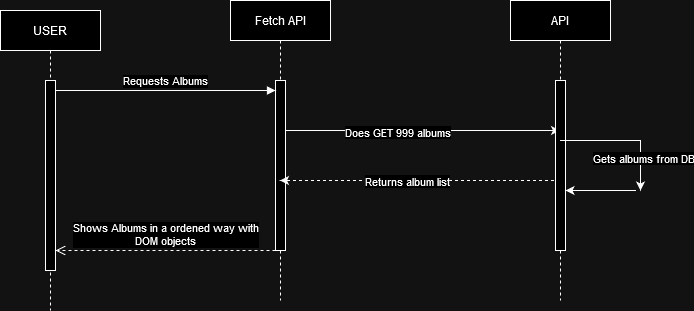
Above: Documentation/UMLDiagramGET.png in LyonBerends/web-basics (draw.io), before the change. Source tidied: cells renumbered, new cells last; positions are measured from the earlier drawing's top-left corner, leaving out a move shared by most shapes. Its diagram source:
```xml
<mxGraphModel>
  <root>
    <mxCell id="0" />
    <mxCell id="1" parent="0" />
    <mxCell id="2" value="USER" style="shape=umlLifeline;perimeter=lifelinePerimeter;whiteSpace=wrap;html=1;newEdgeStyle={&quot;edgeStyle&quot;:&quot;elbowEdgeStyle&quot;,&quot;elbow&quot;:&quot;vertical&quot;,&quot;curved&quot;:0,&quot;rounded&quot;:0};" parent="1" vertex="1">
      <mxGeometry y="10" width="100" height="300" as="geometry" />
    </mxCell>
    <mxCell id="3" style="html=1;points=[];perimeter=orthogonalPerimeter;outlineConnect=0;targetShapes=umlLifeline;portConstraint=eastwest;newEdgeStyle={&quot;edgeStyle&quot;:&quot;elbowEdgeStyle&quot;,&quot;elbow&quot;:&quot;vertical&quot;,&quot;curved&quot;:0,&quot;rounded&quot;:0};" parent="2" vertex="1">
      <mxGeometry x="45" y="70" width="10" height="190" as="geometry" />
    </mxCell>
    <mxCell id="4" value="Fetch API" style="shape=umlLifeline;perimeter=lifelinePerimeter;whiteSpace=wrap;html=1;outlineConnect=0;portConstraint=eastwest;newEdgeStyle={&quot;edgeStyle&quot;:&quot;elbowEdgeStyle&quot;,&quot;elbow&quot;:&quot;vertical&quot;,&quot;curved&quot;:0,&quot;rounded&quot;:0};" parent="1" vertex="1">
      <mxGeometry x="230" width="100" height="300" as="geometry" />
    </mxCell>
    <mxCell id="5" style="html=1;points=[];perimeter=orthogonalPerimeter;outlineConnect=0;targetShapes=umlLifeline;portConstraint=eastwest;newEdgeStyle={&quot;edgeStyle&quot;:&quot;elbowEdgeStyle&quot;,&quot;elbow&quot;:&quot;vertical&quot;,&quot;curved&quot;:0,&quot;rounded&quot;:0};" parent="4" vertex="1">
      <mxGeometry x="45" y="80" width="10" height="170" as="geometry" />
    </mxCell>
    <mxCell id="6" value="Requests Albums" style="html=1;verticalAlign=bottom;endArrow=block;edgeStyle=elbowEdgeStyle;elbow=vertical;curved=0;rounded=0;" parent="1" edge="1" source="3" target="5">
      <mxGeometry relative="1" as="geometry">
        <Array as="points">
          <mxPoint x="130" y="90" />
        </Array>
      </mxGeometry>
    </mxCell>
    <mxCell id="7" value="Shows Albums in a ordened way with &lt;br&gt;DOM objects" style="html=1;verticalAlign=bottom;endArrow=open;dashed=1;endSize=8;edgeStyle=elbowEdgeStyle;elbow=vertical;curved=0;rounded=0;" parent="1" edge="1" source="5" target="3">
      <mxGeometry relative="1" as="geometry">
        <Array as="points">
          <mxPoint x="140" y="250" />
        </Array>
      </mxGeometry>
    </mxCell>
    <mxCell id="8" style="edgeStyle=elbowEdgeStyle;rounded=0;jettySize=auto;html=1;elbow=vertical;curved=0;dashed=1;" parent="1" edge="1" source="12" target="4">
      <mxGeometry relative="1" as="geometry">
        <Array as="points">
          <mxPoint x="440" y="180" />
          <mxPoint x="460" y="165" />
        </Array>
      </mxGeometry>
    </mxCell>
    <mxCell id="9" value="Returns album list" style="edgeLabel;html=1;align=center;verticalAlign=middle;" parent="8" vertex="1">
      <mxGeometry x="0.1" relative="1" as="geometry" />
    </mxCell>
    <mxCell id="10" style="edgeStyle=elbowEdgeStyle;rounded=0;jettySize=auto;html=1;elbow=vertical;curved=0;" parent="1" edge="1" source="5" target="12">
      <mxGeometry relative="1" as="geometry">
        <Array as="points">
          <mxPoint x="440" y="130" />
        </Array>
      </mxGeometry>
    </mxCell>
    <mxCell id="11" value="Does GET 999 albums" style="edgeLabel;html=1;align=center;verticalAlign=middle;" parent="10" vertex="1">
      <mxGeometry x="-0.19" y="-1" relative="1" as="geometry" />
    </mxCell>
    <mxCell id="12" value="API" style="shape=umlLifeline;perimeter=lifelinePerimeter;whiteSpace=wrap;html=1;outlineConnect=0;portConstraint=eastwest;newEdgeStyle={&quot;edgeStyle&quot;:&quot;elbowEdgeStyle&quot;,&quot;elbow&quot;:&quot;vertical&quot;,&quot;curved&quot;:0,&quot;rounded&quot;:0};" parent="1" vertex="1">
      <mxGeometry x="510" width="100" height="300" as="geometry" />
    </mxCell>
    <mxCell id="13" style="html=1;perimeter=orthogonalPerimeter;targetShapes=umlLifeline;newEdgeStyle={&quot;edgeStyle&quot;:&quot;elbowEdgeStyle&quot;,&quot;elbow&quot;:&quot;vertical&quot;,&quot;curved&quot;:0,&quot;rounded&quot;:0};" parent="12" vertex="1">
      <mxGeometry x="45" y="80" width="10" height="170" as="geometry" />
    </mxCell>
    <mxCell id="14" style="edgeStyle=elbowEdgeStyle;rounded=0;orthogonalLoop=1;jettySize=auto;html=1;elbow=vertical;curved=0;" parent="12" edge="1">
      <mxGeometry relative="1" as="geometry">
        <mxPoint x="60.5" y="190" as="sourcePoint" />
        <mxPoint x="55" y="190" as="targetPoint" />
        <Array as="points">
          <mxPoint x="125.5" y="190" />
        </Array>
      </mxGeometry>
    </mxCell>
    <mxCell id="15" style="edgeStyle=elbowEdgeStyle;rounded=0;jettySize=auto;html=1;elbow=vertical;curved=0;" parent="1" edge="1" source="12">
      <mxGeometry relative="1" as="geometry">
        <mxPoint x="640" y="190" as="targetPoint" />
        <Array as="points">
          <mxPoint x="660.5" y="140" />
        </Array>
      </mxGeometry>
    </mxCell>
    <mxCell id="16" value="Gets albums from DB" style="edgeLabel;html=1;align=center;verticalAlign=middle;" parent="15" vertex="1">
      <mxGeometry x="0.49" y="2" relative="1" as="geometry" />
    </mxCell>
  </root>
</mxGraphModel>
```
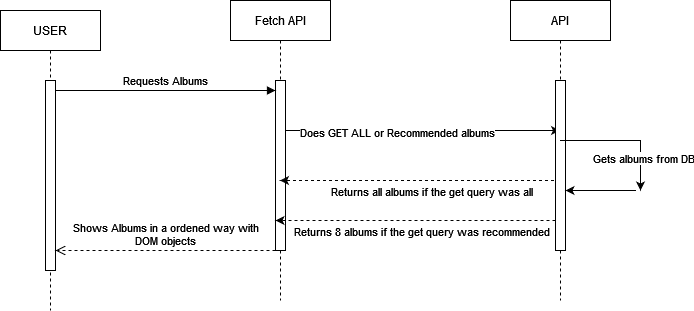
Above is the later version.

Change to the diagram source:
```diff
@@ -36,8 +36,10 @@
         </Array>
       </mxGeometry>
     </mxCell>
-    <mxCell id="9" value="Returns album list" style="edgeLabel;html=1;align=center;verticalAlign=middle;" parent="8" vertex="1">
-      <mxGeometry x="0.1" relative="1" as="geometry" />
+    <mxCell id="9" value="Returns all albums if the get query was all" style="edgeLabel;html=1;align=center;verticalAlign=middle;" parent="8" vertex="1">
+      <mxGeometry x="0.1" relative="1" as="geometry">
+        <mxPoint x="24" y="10" as="offset" />
+      </mxGeometry>
     </mxCell>
     <mxCell id="10" style="edgeStyle=elbowEdgeStyle;rounded=0;jettySize=auto;html=1;elbow=vertical;curved=0;" parent="1" edge="1" source="5" target="12">
       <mxGeometry relative="1" as="geometry">
@@ -46,7 +48,7 @@
         </Array>
       </mxGeometry>
     </mxCell>
-    <mxCell id="11" value="Does GET 999 albums" style="edgeLabel;html=1;align=center;verticalAlign=middle;" parent="10" vertex="1">
+    <mxCell id="11" value="&lt;div&gt;Does GET ALL or Recommended albums&lt;/div&gt;" style="edgeLabel;html=1;align=center;verticalAlign=middle;" parent="10" vertex="1">
       <mxGeometry x="-0.19" y="-1" relative="1" as="geometry" />
     </mxCell>
     <mxCell id="12" value="API" style="shape=umlLifeline;perimeter=lifelinePerimeter;whiteSpace=wrap;html=1;outlineConnect=0;portConstraint=eastwest;newEdgeStyle={&quot;edgeStyle&quot;:&quot;elbowEdgeStyle&quot;,&quot;elbow&quot;:&quot;vertical&quot;,&quot;curved&quot;:0,&quot;rounded&quot;:0};" parent="1" vertex="1">
@@ -75,5 +77,20 @@
     <mxCell id="16" value="Gets albums from DB" style="edgeLabel;html=1;align=center;verticalAlign=middle;" parent="15" vertex="1">
       <mxGeometry x="0.49" y="2" relative="1" as="geometry" />
     </mxCell>
+    <mxCell id="17" style="edgeStyle=elbowEdgeStyle;rounded=0;orthogonalLoop=1;jettySize=auto;html=1;elbow=vertical;curved=0;dashed=1;" parent="1" edge="1">
+      <mxGeometry relative="1" as="geometry">
+        <mxPoint x="555" y="220" as="sourcePoint" />
+        <mxPoint x="275" y="220" as="targetPoint" />
+        <Array as="points">
+          <mxPoint x="435" y="220" />
+          <mxPoint x="455" y="205" />
+        </Array>
+      </mxGeometry>
+    </mxCell>
+    <mxCell id="18" value="Returns 8 albums if the get query was recommended" style="edgeLabel;html=1;align=center;verticalAlign=middle;" parent="17" vertex="1">
+      <mxGeometry x="0.1" relative="1" as="geometry">
+        <mxPoint x="18" y="10" as="offset" />
+      </mxGeometry>
+    </mxCell>
   </root>
 </mxGraphModel>
```
